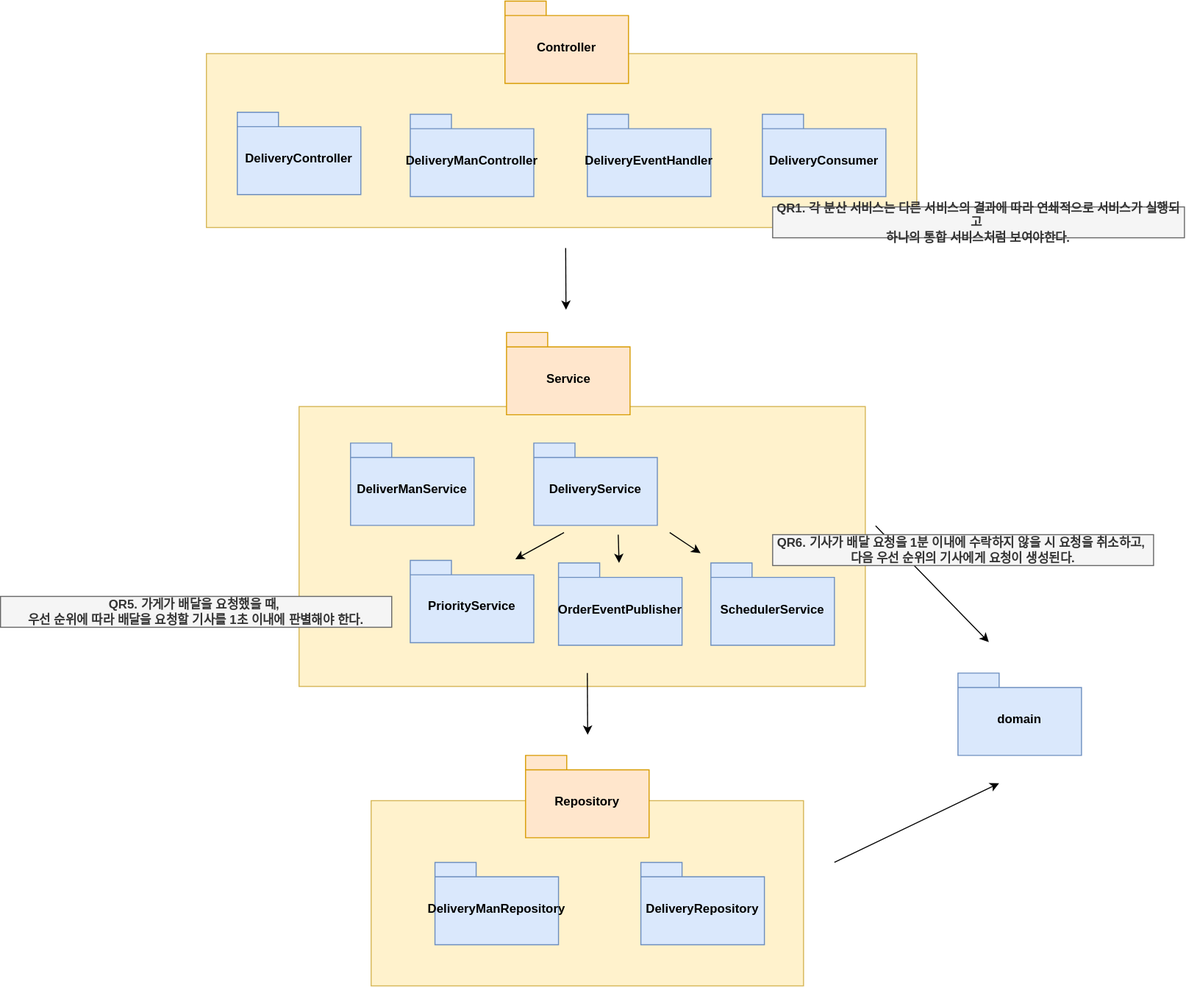
Earlier version of the draw.io export documents/MidTerm/contents/img/delivery_architecture.svg (dldyou/UnifiedWoowaService). Source tidied: cells renumbered, new cells last; positions are measured from the earlier drawing's top-left corner, leaving out a move shared by most shapes.
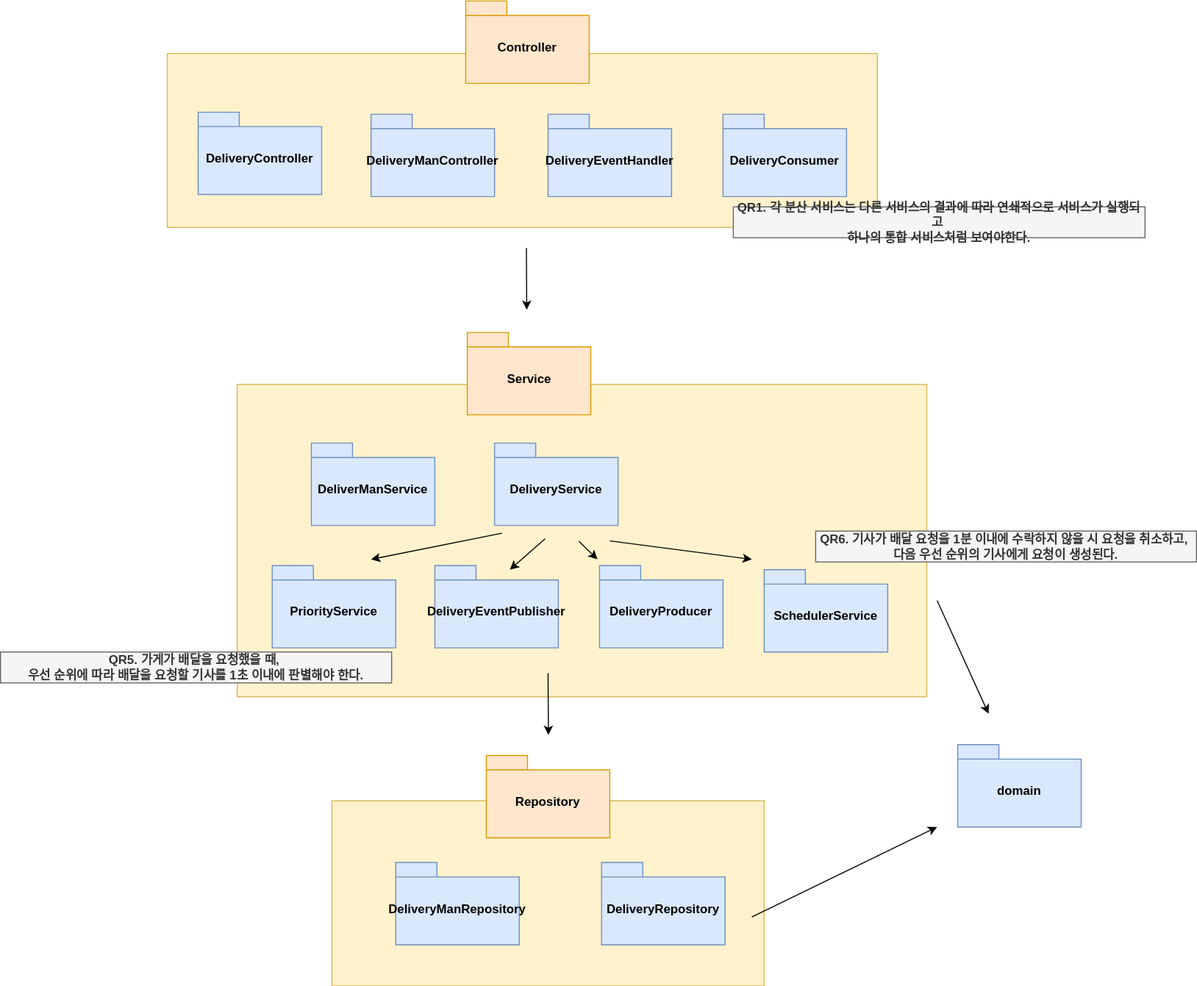
After the commit.

Diff of the diagram source:
```diff
@@ -2,9 +2,9 @@
   <root>
     <mxCell id="0" />
     <mxCell id="1" parent="0" />
-    <mxCell id="2" style="rounded=0;whiteSpace=wrap;html=1;fillColor=#fff2cc;strokeColor=#d6b656;" parent="1" vertex="1">
-      <mxGeometry x="290" y="393.5" width="550" height="272" as="geometry" />
-    </mxCell>
+    <mxCell id="30" style="rounded=0;whiteSpace=wrap;html=1;fillColor=#fff2cc;strokeColor=#d6b656;" parent="1" vertex="1">
+      <mxGeometry x="268" y="372" width="670" height="303.5" as="geometry" />
+    </mxCell>
     <mxCell id="3" style="rounded=0;whiteSpace=wrap;html=1;fillColor=#fff2cc;strokeColor=#d6b656;" parent="1" vertex="1">
       <mxGeometry x="360" y="776.5" width="420" height="180" as="geometry" />
     </mxCell>
@@ -18,10 +18,10 @@
       <mxGeometry x="518" y="429" width="120" height="80" as="geometry" />
     </mxCell>
     <mxCell id="7" value="PriorityService" style="shape=folder;fontStyle=1;spacingTop=10;tabWidth=40;tabHeight=14;tabPosition=left;html=1;whiteSpace=wrap;fillColor=#dae8fc;strokeColor=#6c8ebf;" parent="1" vertex="1">
-      <mxGeometry x="398" y="543" width="120" height="80" as="geometry" />
+      <mxGeometry x="302" y="548" width="120" height="80" as="geometry" />
     </mxCell>
     <mxCell id="8" value="domain" style="shape=folder;fontStyle=1;spacingTop=10;tabWidth=40;tabHeight=14;tabPosition=left;html=1;whiteSpace=wrap;fillColor=#dae8fc;strokeColor=#6c8ebf;" parent="1" vertex="1">
-      <mxGeometry x="930" y="652.5" width="120" height="80" as="geometry" />
+      <mxGeometry x="968" y="722" width="120" height="80" as="geometry" />
     </mxCell>
     <mxCell id="9" style="rounded=0;whiteSpace=wrap;html=1;fillColor=#fff2cc;strokeColor=#d6b656;" parent="1" vertex="1">
       <mxGeometry x="200" y="50.5" width="690" height="169" as="geometry" />
@@ -47,8 +47,8 @@
     <mxCell id="16" value="DeliveryRepository" style="shape=folder;fontStyle=1;spacingTop=10;tabWidth=40;tabHeight=14;tabPosition=left;html=1;whiteSpace=wrap;fillColor=#dae8fc;strokeColor=#6c8ebf;" parent="1" vertex="1">
       <mxGeometry x="622" y="836.5" width="120" height="80" as="geometry" />
     </mxCell>
-    <mxCell id="17" value="OrderEventPublisher" style="shape=folder;fontStyle=1;spacingTop=10;tabWidth=40;tabHeight=14;tabPosition=left;html=1;whiteSpace=wrap;fillColor=#dae8fc;strokeColor=#6c8ebf;" parent="1" vertex="1">
-      <mxGeometry x="542" y="545.5" width="120" height="80" as="geometry" />
+    <mxCell id="17" value="DeliveryEventPublisher" style="shape=folder;fontStyle=1;spacingTop=10;tabWidth=40;tabHeight=14;tabPosition=left;html=1;whiteSpace=wrap;fillColor=#dae8fc;strokeColor=#6c8ebf;" parent="1" vertex="1">
+      <mxGeometry x="460" y="548" width="120" height="80" as="geometry" />
     </mxCell>
     <mxCell id="18" value="DeliveryEventHandler" style="shape=folder;fontStyle=1;spacingTop=10;tabWidth=40;tabHeight=14;tabPosition=left;html=1;whiteSpace=wrap;fillColor=#dae8fc;strokeColor=#6c8ebf;" parent="1" vertex="1">
       <mxGeometry x="570" y="109.5" width="120" height="80" as="geometry" />
@@ -67,44 +67,54 @@
     </mxCell>
     <mxCell id="21" style="endArrow=classic;html=1;rounded=0;" parent="1" edge="1">
       <mxGeometry relative="1" as="geometry">
-        <mxPoint x="850" y="509.5" as="sourcePoint" />
-        <mxPoint x="960" y="622.5" as="targetPoint" />
+        <mxPoint x="948" y="582" as="sourcePoint" />
+        <mxPoint x="998" y="692" as="targetPoint" />
       </mxGeometry>
     </mxCell>
     <mxCell id="22" style="endArrow=classic;html=1;rounded=0;" parent="1" edge="1">
       <mxGeometry relative="1" as="geometry">
-        <mxPoint x="810" y="836.5" as="sourcePoint" />
-        <mxPoint x="970" y="759.5" as="targetPoint" />
+        <mxPoint x="768" y="889.5" as="sourcePoint" />
+        <mxPoint x="948" y="802" as="targetPoint" />
       </mxGeometry>
     </mxCell>
     <mxCell id="23" style="endArrow=classic;html=1;rounded=0;" parent="1" edge="1">
       <mxGeometry relative="1" as="geometry">
-        <mxPoint x="547.3" y="516" as="sourcePoint" />
-        <mxPoint x="500" y="542" as="targetPoint" />
+        <mxPoint x="525.3" y="516.5" as="sourcePoint" />
+        <mxPoint x="398" y="542" as="targetPoint" />
       </mxGeometry>
     </mxCell>
     <mxCell id="24" style="endArrow=classic;html=1;rounded=0;" parent="1" edge="1">
       <mxGeometry relative="1" as="geometry">
-        <mxPoint x="650" y="516" as="sourcePoint" />
-        <mxPoint x="680" y="536" as="targetPoint" />
+        <mxPoint x="600" y="524.5" as="sourcePoint" />
+        <mxPoint x="618" y="542" as="targetPoint" />
       </mxGeometry>
     </mxCell>
     <mxCell id="25" value="QR1. 각 분산 서비스는 다른 서비스의 결과에 따라 연쇄적으로 서비스가 실행되고&amp;nbsp;&lt;div&gt;하나의 통합 서비스처럼 보여야한다.&lt;/div&gt;" style="text;html=1;align=center;verticalAlign=middle;whiteSpace=wrap;rounded=0;fontStyle=1;fillColor=#f5f5f5;fontColor=#333333;strokeColor=#666666;" parent="1" vertex="1">
       <mxGeometry x="750" y="199.5" width="400" height="30" as="geometry" />
     </mxCell>
     <mxCell id="26" value="QR5. 가게가 배달을 요청했을 때,&amp;nbsp;&lt;div&gt;우선 순위에 따라 배달을 요청할 기사를 1초 이내에 판별해야 한다.&lt;br&gt;&lt;/div&gt;" style="text;html=1;align=center;verticalAlign=middle;whiteSpace=wrap;rounded=0;fontStyle=1;fillColor=#f5f5f5;fontColor=#333333;strokeColor=#666666;" parent="1" vertex="1">
-      <mxGeometry y="578" width="380" height="30" as="geometry" />
+      <mxGeometry x="38" y="632" width="380" height="30" as="geometry" />
     </mxCell>
     <mxCell id="27" value="SchedulerService" style="shape=folder;fontStyle=1;spacingTop=10;tabWidth=40;tabHeight=14;tabPosition=left;html=1;whiteSpace=wrap;fillColor=#dae8fc;strokeColor=#6c8ebf;" parent="1" vertex="1">
-      <mxGeometry x="690" y="545.5" width="120" height="80" as="geometry" />
+      <mxGeometry x="780" y="552" width="120" height="80" as="geometry" />
     </mxCell>
-    <mxCell id="28" style="endArrow=classic;html=1;rounded=0;" parent="1" edge="1" target="17">
+    <mxCell id="28" style="endArrow=classic;html=1;rounded=0;" parent="1" edge="1">
       <mxGeometry relative="1" as="geometry">
-        <mxPoint x="600" y="518" as="sourcePoint" />
+        <mxPoint x="567.1" y="522" as="sourcePoint" />
+        <mxPoint x="532.9" y="552" as="targetPoint" />
       </mxGeometry>
     </mxCell>
     <mxCell id="29" value="QR6.&amp;nbsp;기사가 배달 요청을 1분 이내에 수락하지 않을 시 요청을 취소하고,&amp;nbsp;&lt;div&gt;다음 우선 순위의 기사에게 요청이 생성된다.&lt;/div&gt;" style="text;html=1;align=center;verticalAlign=middle;whiteSpace=wrap;rounded=0;fontStyle=1;fillColor=#f5f5f5;fontColor=#333333;strokeColor=#666666;" parent="1" vertex="1">
-      <mxGeometry x="750" y="518" width="370" height="30" as="geometry" />
+      <mxGeometry x="830" y="514.5" width="370" height="30" as="geometry" />
     </mxCell>
+    <mxCell id="31" value="DeliveryProducer" style="shape=folder;fontStyle=1;spacingTop=10;tabWidth=40;tabHeight=14;tabPosition=left;html=1;whiteSpace=wrap;fillColor=#dae8fc;strokeColor=#6c8ebf;" parent="1" vertex="1">
+      <mxGeometry x="620" y="548" width="120" height="80" as="geometry" />
+    </mxCell>
+    <mxCell id="32" style="endArrow=classic;html=1;rounded=0;" parent="1" edge="1">
+      <mxGeometry relative="1" as="geometry">
+        <mxPoint x="630" y="524" as="sourcePoint" />
+        <mxPoint x="768" y="542" as="targetPoint" />
+      </mxGeometry>
+    </mxCell>
   </root>
 </mxGraphModel>
```
